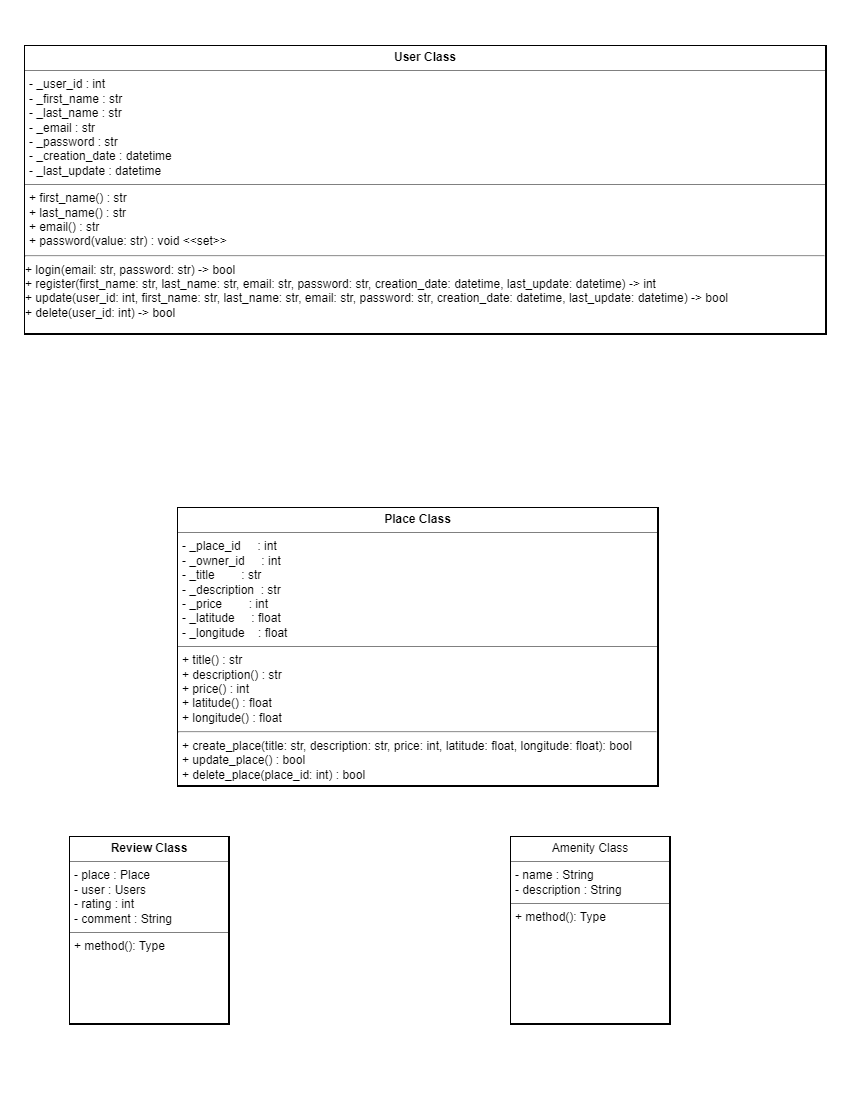
Above: part1/Class_Diagram.drawio.png in KMSAAO/holbertonschool-hbnb (draw.io), before the change. Source tidied: cells renumbered, new cells last; positions are measured from the earlier drawing's top-left corner, leaving out a move shared by most shapes.
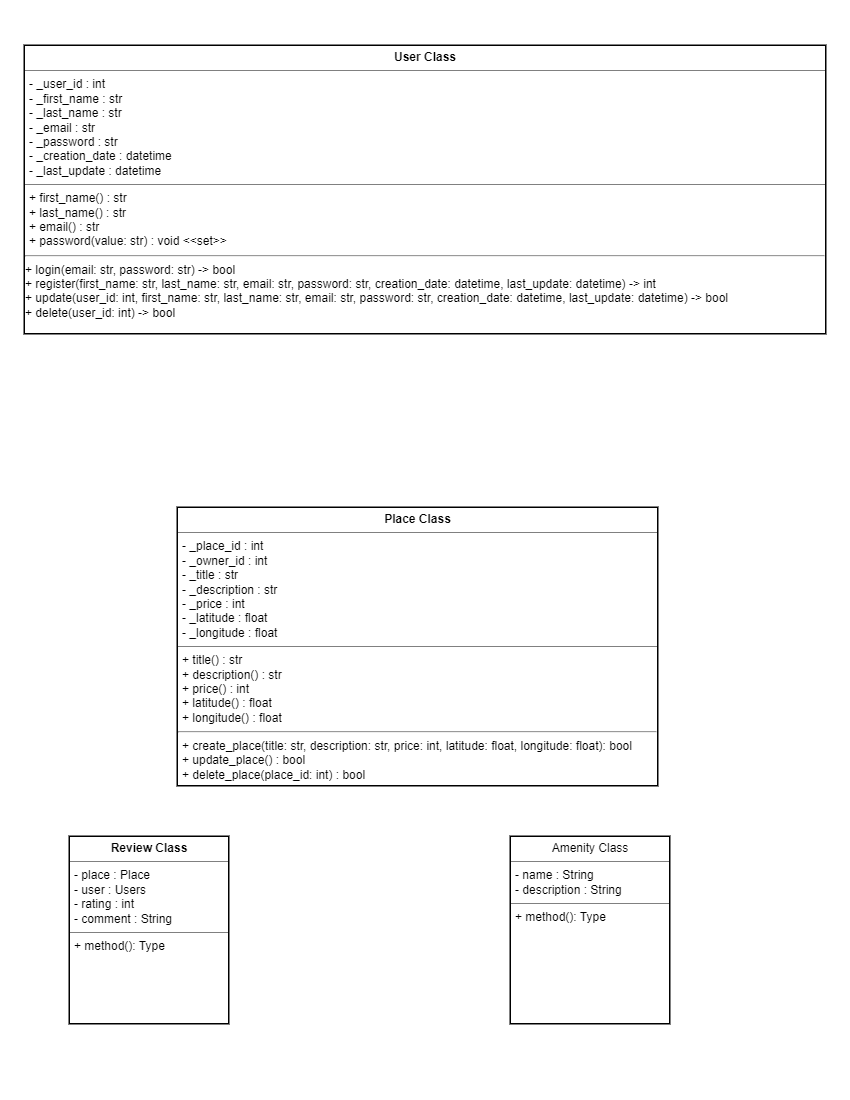
Above is the later version.

What changed in the source:
```diff
@@ -5,7 +5,7 @@
     <mxCell id="2" value="&lt;p style=&quot;margin:0px;margin-top:4px;text-align:center;&quot;&gt;&lt;b&gt;&lt;font style=&quot;color: light-dark(rgb(0, 0, 0), rgb(0, 0, 0));&quot;&gt;User Class&lt;/font&gt;&lt;/b&gt;&lt;/p&gt;&lt;hr size=&quot;1&quot; style=&quot;border-style:solid;&quot;&gt;&lt;p style=&quot;margin:0px;margin-left:4px;&quot;&gt;&lt;font style=&quot;color: light-dark(rgb(0, 0, 0), rgb(0, 0, 0));&quot;&gt;- _user_id : int&lt;/font&gt;&lt;/p&gt;&lt;p style=&quot;margin:0px;margin-left:4px;&quot;&gt;&lt;font style=&quot;color: light-dark(rgb(0, 0, 0), rgb(0, 0, 0));&quot;&gt;- _first_name : str&lt;/font&gt;&lt;/p&gt;&lt;p style=&quot;margin:0px;margin-left:4px;&quot;&gt;&lt;font style=&quot;color: light-dark(rgb(0, 0, 0), rgb(0, 0, 0));&quot;&gt;- _last_name : str&lt;/font&gt;&lt;/p&gt;&lt;p style=&quot;margin:0px;margin-left:4px;&quot;&gt;&lt;font style=&quot;color: light-dark(rgb(0, 0, 0), rgb(0, 0, 0));&quot;&gt;- _email : str&lt;/font&gt;&lt;/p&gt;&lt;p style=&quot;margin:0px;margin-left:4px;&quot;&gt;&lt;font style=&quot;color: light-dark(rgb(0, 0, 0), rgb(0, 0, 0));&quot;&gt;- _password : str&lt;/font&gt;&lt;/p&gt;&lt;p style=&quot;margin:0px;margin-left:4px;&quot;&gt;&lt;font style=&quot;color: light-dark(rgb(0, 0, 0), rgb(0, 0, 0));&quot;&gt;- _creation_date : datetime&lt;/font&gt;&lt;/p&gt;&lt;p style=&quot;margin:0px;margin-left:4px;&quot;&gt;&lt;font style=&quot;color: light-dark(rgb(0, 0, 0), rgb(0, 0, 0));&quot;&gt;- _last_update : datetime&lt;/font&gt;&lt;/p&gt;&lt;hr size=&quot;1&quot; style=&quot;border-style:solid;&quot;&gt;&lt;p style=&quot;margin:0px;margin-left:4px;&quot;&gt;&lt;font style=&quot;color: light-dark(rgb(0, 0, 0), rgb(0, 0, 0));&quot;&gt;+ first_name() : str&lt;/font&gt;&lt;/p&gt;&lt;p style=&quot;margin:0px;margin-left:4px;&quot;&gt;&lt;font style=&quot;color: light-dark(rgb(0, 0, 0), rgb(0, 0, 0));&quot;&gt;+ last_name() : str&lt;/font&gt;&lt;/p&gt;&lt;p style=&quot;margin:0px;margin-left:4px;&quot;&gt;&lt;font style=&quot;color: light-dark(rgb(0, 0, 0), rgb(0, 0, 0));&quot;&gt;+ email() : str&lt;/font&gt;&lt;/p&gt;&lt;p style=&quot;margin:0px;margin-left:4px;&quot;&gt;&lt;font style=&quot;color: light-dark(rgb(0, 0, 0), rgb(0, 0, 0));&quot;&gt;+ password(value: str) : void &amp;lt;&amp;lt;set&amp;gt;&amp;gt;&lt;/font&gt;&lt;/p&gt;&lt;hr&gt;&lt;div&gt;&lt;font style=&quot;color: light-dark(rgb(0, 0, 0), rgb(0, 0, 0));&quot;&gt;+ login(email: str, password: str) -&amp;gt; bool&lt;/font&gt;&lt;/div&gt;&lt;div&gt;&lt;font style=&quot;color: light-dark(rgb(0, 0, 0), rgb(0, 0, 0));&quot;&gt;+ register(first_name: str, last_name: str, email: str, password: str, creation_date: datetime, last_update: datetime) -&amp;gt; int&lt;/font&gt;&lt;/div&gt;&lt;div&gt;&lt;font style=&quot;color: light-dark(rgb(0, 0, 0), rgb(0, 0, 0));&quot;&gt;+ update(user_id: int, first_name: str, last_name: str, email: str, password: str, creation_date: datetime, last_update: datetime) -&amp;gt; bool&lt;/font&gt;&lt;/div&gt;&lt;div&gt;&lt;font style=&quot;color: light-dark(rgb(0, 0, 0), rgb(0, 0, 0));&quot;&gt;+ delete(user_id: int) -&amp;gt; bool&lt;/font&gt;&lt;/div&gt;" style="verticalAlign=top;align=left;overflow=fill;html=1;whiteSpace=wrap;strokeColor=light-dark(#000000,#000000);fillColor=light-dark(#FFFFFF,#FFFFFF);shadow=0;glass=0;rounded=0;fillStyle=solid;labelBorderColor=default;" parent="1" vertex="1">
       <mxGeometry width="802" height="289" as="geometry" />
     </mxCell>
-    <mxCell id="3" value="&lt;p style=&quot;margin:0px;margin-top:4px;text-align:center;&quot;&gt;&lt;font style=&quot;color: light-dark(rgb(0, 0, 0), rgb(0, 0, 0));&quot;&gt;&lt;b style=&quot;&quot;&gt;Place Class&lt;/b&gt;&lt;/font&gt;&lt;/p&gt;&lt;hr size=&quot;1&quot; style=&quot;border-style:solid;&quot;&gt;&lt;p style=&quot;margin:0px;margin-left:4px;&quot;&gt;&lt;font style=&quot;color: light-dark(rgb(0, 0, 0), rgb(0, 0, 0));&quot;&gt;- _place_id&amp;nbsp; &amp;nbsp; &amp;nbsp;: int&lt;/font&gt;&lt;/p&gt;&lt;p style=&quot;margin:0px;margin-left:4px;&quot;&gt;&lt;font style=&quot;color: light-dark(rgb(0, 0, 0), rgb(0, 0, 0));&quot;&gt;- _owner_id&amp;nbsp; &amp;nbsp; &amp;nbsp;: int&lt;/font&gt;&lt;/p&gt;&lt;p style=&quot;margin:0px;margin-left:4px;&quot;&gt;&lt;font style=&quot;color: light-dark(rgb(0, 0, 0), rgb(0, 0, 0));&quot;&gt;- _title&amp;nbsp; &amp;nbsp; &amp;nbsp; &amp;nbsp; : str&lt;/font&gt;&lt;/p&gt;&lt;p style=&quot;margin:0px;margin-left:4px;&quot;&gt;&lt;font style=&quot;color: light-dark(rgb(0, 0, 0), rgb(0, 0, 0));&quot;&gt;- _description&amp;nbsp; : str&amp;nbsp;&lt;/font&gt;&lt;/p&gt;&lt;p style=&quot;margin:0px;margin-left:4px;&quot;&gt;&lt;font style=&quot;color: light-dark(rgb(0, 0, 0), rgb(0, 0, 0));&quot;&gt;- _price&amp;nbsp; &amp;nbsp; &amp;nbsp; &amp;nbsp; : int&amp;nbsp;&lt;/font&gt;&lt;/p&gt;&lt;p style=&quot;margin:0px;margin-left:4px;&quot;&gt;&lt;font style=&quot;color: light-dark(rgb(0, 0, 0), rgb(0, 0, 0));&quot;&gt;- _latitude&amp;nbsp; &amp;nbsp; &amp;nbsp;: float&lt;/font&gt;&lt;/p&gt;&lt;p style=&quot;margin:0px;margin-left:4px;&quot;&gt;&lt;font style=&quot;color: light-dark(rgb(0, 0, 0), rgb(0, 0, 0));&quot;&gt;- _longitude&amp;nbsp; &amp;nbsp; : float&amp;nbsp;&lt;/font&gt;&lt;/p&gt;&lt;hr size=&quot;1&quot; style=&quot;border-style:solid;&quot;&gt;&lt;p style=&quot;margin:0px;margin-left:4px;&quot;&gt;&lt;font style=&quot;color: light-dark(rgb(0, 0, 0), rgb(0, 0, 0));&quot;&gt;+ title() : str&lt;/font&gt;&lt;/p&gt;&lt;p style=&quot;margin:0px;margin-left:4px;&quot;&gt;&lt;font style=&quot;color: light-dark(rgb(0, 0, 0), rgb(0, 0, 0));&quot;&gt;+ description() : str&lt;/font&gt;&lt;/p&gt;&lt;p style=&quot;margin:0px;margin-left:4px;&quot;&gt;&lt;font style=&quot;color: light-dark(rgb(0, 0, 0), rgb(0, 0, 0));&quot;&gt;+ price() : int&lt;/font&gt;&lt;/p&gt;&lt;p style=&quot;margin:0px;margin-left:4px;&quot;&gt;&lt;font style=&quot;color: light-dark(rgb(0, 0, 0), rgb(0, 0, 0));&quot;&gt;+ latitude() : float&lt;/font&gt;&lt;/p&gt;&lt;p style=&quot;margin:0px;margin-left:4px;&quot;&gt;&lt;font style=&quot;color: light-dark(rgb(0, 0, 0), rgb(0, 0, 0));&quot;&gt;+ longitude() : float&lt;/font&gt;&lt;/p&gt;&lt;hr&gt;&lt;p style=&quot;margin:0px;margin-left:4px;&quot;&gt;&lt;font style=&quot;color: light-dark(rgb(0, 0, 0), rgb(0, 0, 0));&quot;&gt;+ create_place(title: str, description: str, price: int, latitude: float, longitude: float): bool&lt;/font&gt;&lt;/p&gt;&lt;p style=&quot;margin:0px;margin-left:4px;&quot;&gt;&lt;font style=&quot;color: light-dark(rgb(0, 0, 0), rgb(0, 0, 0));&quot;&gt;+ update_place() : bool&lt;/font&gt;&lt;/p&gt;&lt;p style=&quot;margin:0px;margin-left:4px;&quot;&gt;&lt;font style=&quot;color: light-dark(rgb(0, 0, 0), rgb(0, 0, 0));&quot;&gt;+ delete_place(place_id: int) : bool&amp;nbsp;&lt;/font&gt;&lt;/p&gt;" style="verticalAlign=top;align=left;overflow=fill;html=1;whiteSpace=wrap;strokeColor=light-dark(#000000,#000000);fillColor=light-dark(#FFFFFF,#FFFFFF);shadow=0;glass=0;rounded=0;fillStyle=solid;labelBorderColor=default;" parent="1" vertex="1">
+    <mxCell id="3" value="&lt;p style=&quot;margin:0px;margin-top:4px;text-align:center;&quot;&gt;&lt;font style=&quot;color: light-dark(rgb(0, 0, 0), rgb(0, 0, 0));&quot;&gt;&lt;b style=&quot;&quot;&gt;Place Class&lt;/b&gt;&lt;/font&gt;&lt;/p&gt;&lt;hr size=&quot;1&quot; style=&quot;border-style:solid;&quot;&gt;&lt;p style=&quot;margin:0px;margin-left:4px;&quot;&gt;&lt;font style=&quot;color: light-dark(rgb(0, 0, 0), rgb(0, 0, 0));&quot;&gt;- _place_id : int&lt;/font&gt;&lt;/p&gt;&lt;p style=&quot;margin:0px;margin-left:4px;&quot;&gt;&lt;font style=&quot;color: light-dark(rgb(0, 0, 0), rgb(0, 0, 0));&quot;&gt;- _owner_id : int&lt;/font&gt;&lt;/p&gt;&lt;p style=&quot;margin:0px;margin-left:4px;&quot;&gt;&lt;font style=&quot;color: light-dark(rgb(0, 0, 0), rgb(0, 0, 0));&quot;&gt;- _title : str&lt;/font&gt;&lt;/p&gt;&lt;p style=&quot;margin:0px;margin-left:4px;&quot;&gt;&lt;font style=&quot;color: light-dark(rgb(0, 0, 0), rgb(0, 0, 0));&quot;&gt;- _description : str&amp;nbsp;&lt;/font&gt;&lt;/p&gt;&lt;p style=&quot;margin:0px;margin-left:4px;&quot;&gt;&lt;font style=&quot;color: light-dark(rgb(0, 0, 0), rgb(0, 0, 0));&quot;&gt;- _price : int&amp;nbsp;&lt;/font&gt;&lt;/p&gt;&lt;p style=&quot;margin:0px;margin-left:4px;&quot;&gt;&lt;font style=&quot;color: light-dark(rgb(0, 0, 0), rgb(0, 0, 0));&quot;&gt;- _latitude : float&lt;/font&gt;&lt;/p&gt;&lt;p style=&quot;margin:0px;margin-left:4px;&quot;&gt;&lt;font style=&quot;color: light-dark(rgb(0, 0, 0), rgb(0, 0, 0));&quot;&gt;- _longitude : float&amp;nbsp;&lt;/font&gt;&lt;/p&gt;&lt;hr size=&quot;1&quot; style=&quot;border-style:solid;&quot;&gt;&lt;p style=&quot;margin:0px;margin-left:4px;&quot;&gt;&lt;font style=&quot;color: light-dark(rgb(0, 0, 0), rgb(0, 0, 0));&quot;&gt;+ title() : str&lt;/font&gt;&lt;/p&gt;&lt;p style=&quot;margin:0px;margin-left:4px;&quot;&gt;&lt;font style=&quot;color: light-dark(rgb(0, 0, 0), rgb(0, 0, 0));&quot;&gt;+ description() : str&lt;/font&gt;&lt;/p&gt;&lt;p style=&quot;margin:0px;margin-left:4px;&quot;&gt;&lt;font style=&quot;color: light-dark(rgb(0, 0, 0), rgb(0, 0, 0));&quot;&gt;+ price() : int&lt;/font&gt;&lt;/p&gt;&lt;p style=&quot;margin:0px;margin-left:4px;&quot;&gt;&lt;font style=&quot;color: light-dark(rgb(0, 0, 0), rgb(0, 0, 0));&quot;&gt;+ latitude() : float&lt;/font&gt;&lt;/p&gt;&lt;p style=&quot;margin:0px;margin-left:4px;&quot;&gt;&lt;font style=&quot;color: light-dark(rgb(0, 0, 0), rgb(0, 0, 0));&quot;&gt;+ longitude() : float&lt;/font&gt;&lt;/p&gt;&lt;hr&gt;&lt;p style=&quot;margin:0px;margin-left:4px;&quot;&gt;&lt;font style=&quot;color: light-dark(rgb(0, 0, 0), rgb(0, 0, 0));&quot;&gt;+ create_place(title: str, description: str, price: int, latitude: float, longitude: float): bool&lt;/font&gt;&lt;/p&gt;&lt;p style=&quot;margin:0px;margin-left:4px;&quot;&gt;&lt;font style=&quot;color: light-dark(rgb(0, 0, 0), rgb(0, 0, 0));&quot;&gt;+ update_place() : bool&lt;/font&gt;&lt;/p&gt;&lt;p style=&quot;margin:0px;margin-left:4px;&quot;&gt;&lt;font style=&quot;color: light-dark(rgb(0, 0, 0), rgb(0, 0, 0));&quot;&gt;+ delete_place(place_id: int) : bool&amp;nbsp;&lt;/font&gt;&lt;/p&gt;" style="verticalAlign=top;align=left;overflow=fill;html=1;whiteSpace=wrap;strokeColor=light-dark(#000000,#000000);fillColor=light-dark(#FFFFFF,#FFFFFF);shadow=0;glass=0;rounded=0;fillStyle=solid;labelBorderColor=default;" parent="1" vertex="1">
       <mxGeometry x="153" y="462" width="481" height="279" as="geometry" />
     </mxCell>
     <mxCell id="4" value="&lt;p style=&quot;margin:0px;margin-top:4px;text-align:center;&quot;&gt;&lt;font style=&quot;color: light-dark(rgb(0, 0, 0), rgb(0, 0, 0));&quot;&gt;&lt;b style=&quot;&quot;&gt;Review Class&lt;/b&gt;&lt;/font&gt;&lt;/p&gt;&lt;hr size=&quot;1&quot; style=&quot;border-style:solid;&quot;&gt;&lt;p style=&quot;margin:0px;margin-left:4px;&quot;&gt;&lt;font style=&quot;color: light-dark(rgb(0, 0, 0), rgb(0, 0, 0));&quot;&gt;- place : Place&lt;/font&gt;&lt;/p&gt;&lt;p style=&quot;margin:0px;margin-left:4px;&quot;&gt;&lt;font style=&quot;color: light-dark(rgb(0, 0, 0), rgb(0, 0, 0));&quot;&gt;- user : Users&lt;/font&gt;&lt;/p&gt;&lt;p style=&quot;margin:0px;margin-left:4px;&quot;&gt;&lt;font style=&quot;color: light-dark(rgb(0, 0, 0), rgb(0, 0, 0));&quot;&gt;- rating : int&lt;/font&gt;&lt;/p&gt;&lt;p style=&quot;margin:0px;margin-left:4px;&quot;&gt;&lt;font style=&quot;color: light-dark(rgb(0, 0, 0), rgb(0, 0, 0));&quot;&gt;- comment : String&lt;/font&gt;&lt;/p&gt;&lt;hr size=&quot;1&quot; style=&quot;border-style:solid;&quot;&gt;&lt;p style=&quot;margin:0px;margin-left:4px;&quot;&gt;&lt;font style=&quot;color: light-dark(rgb(0, 0, 0), rgb(0, 0, 0));&quot;&gt;+ method(): Type&lt;/font&gt;&lt;/p&gt;" style="verticalAlign=top;align=left;overflow=fill;html=1;whiteSpace=wrap;strokeColor=light-dark(#000000,#000000);fillColor=light-dark(#FFFFFF,#FFFFFF);shadow=0;glass=0;rounded=0;fillStyle=solid;labelBorderColor=default;" parent="1" vertex="1">
```
